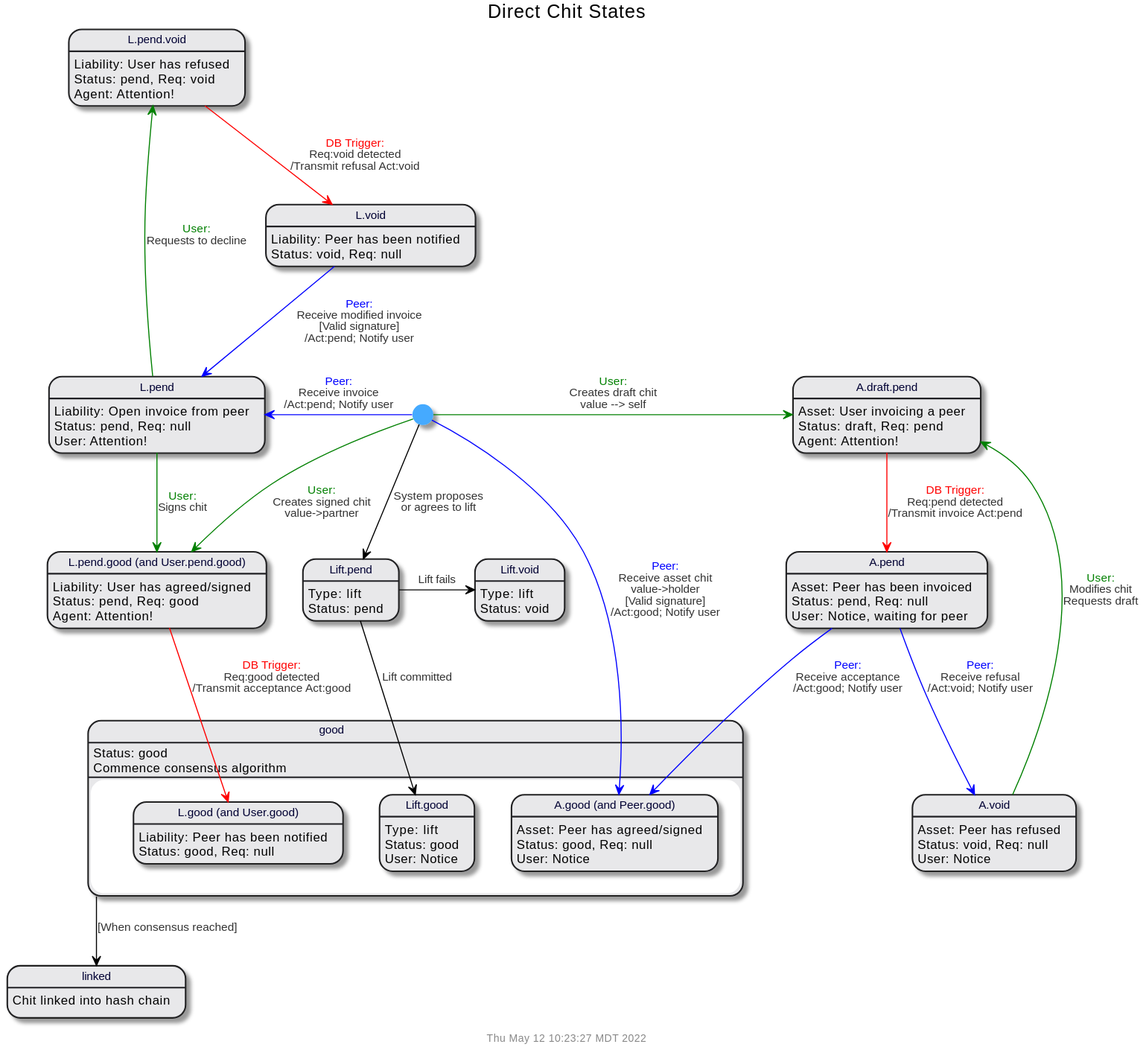
Before: doc/uml/state-chit.svg, a diagram exported from PlantUML (gotchoices/MyCHIPs).
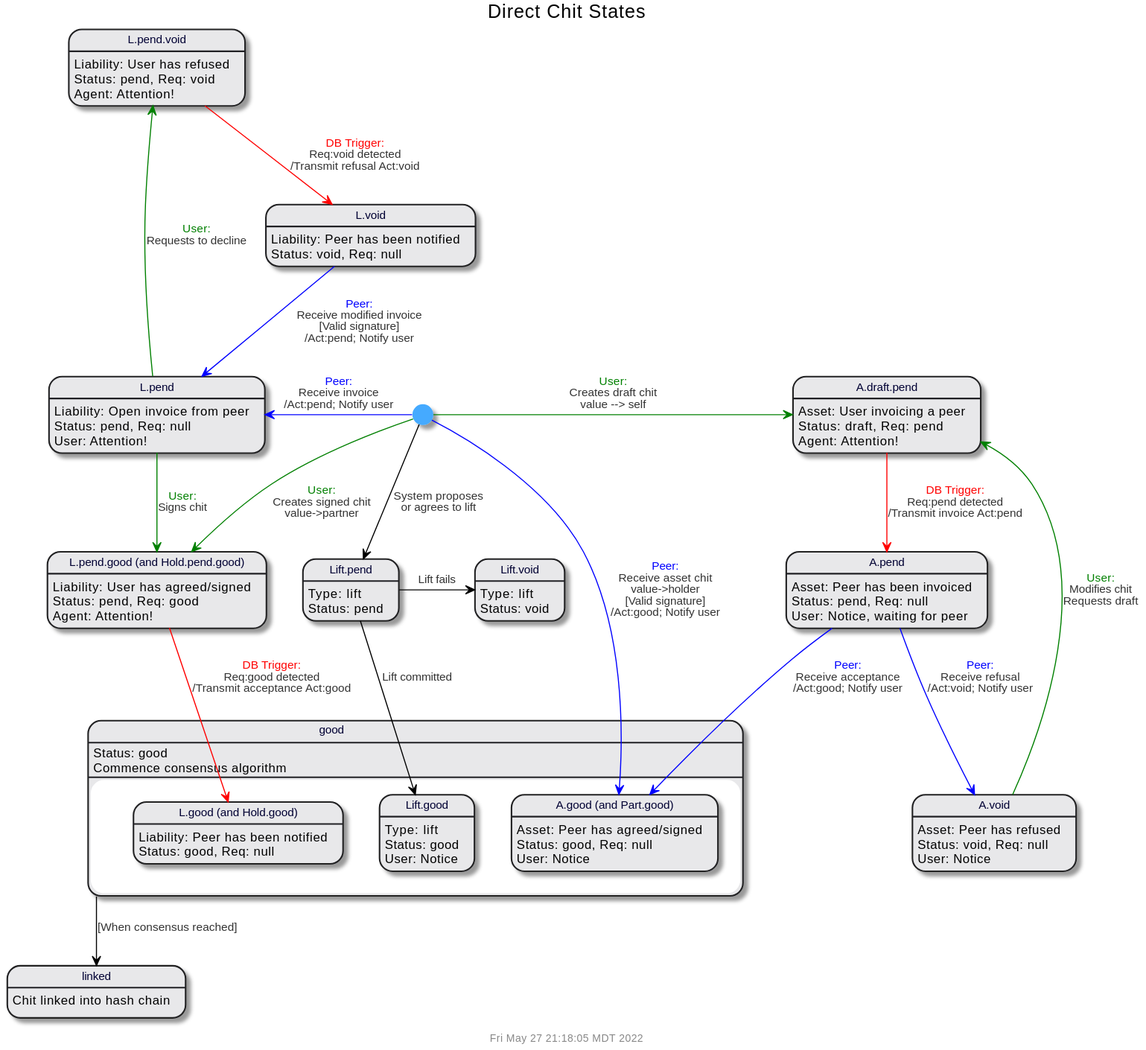
After the commit.

What changed in the source:
```diff
@@ -2,7 +2,7 @@
 !include common.puml
 
 $title(Direct Chit States)
-state "L.pend.good (and User.pend.good)" as lPendGood
+state "L.pend.good (and Hold.pend.good)" as lPendGood
 state "L.pend" as lPend
 state "L.pend.void" as lPendVoid
 state "L.void" as lVoid
@@ -12,8 +12,8 @@
 state "Lift.pend" as liftPend
 state "Lift.void" as liftVoid
 state good {
-  state "L.good (and User.good)" as lGood
-  state "A.good (and Peer.good)" as aGood
+  state "L.good (and Hold.good)" as lGood
+  state "A.good (and Part.good)" as aGood
   state "Lift.good" as liftGood
 }
 
```
